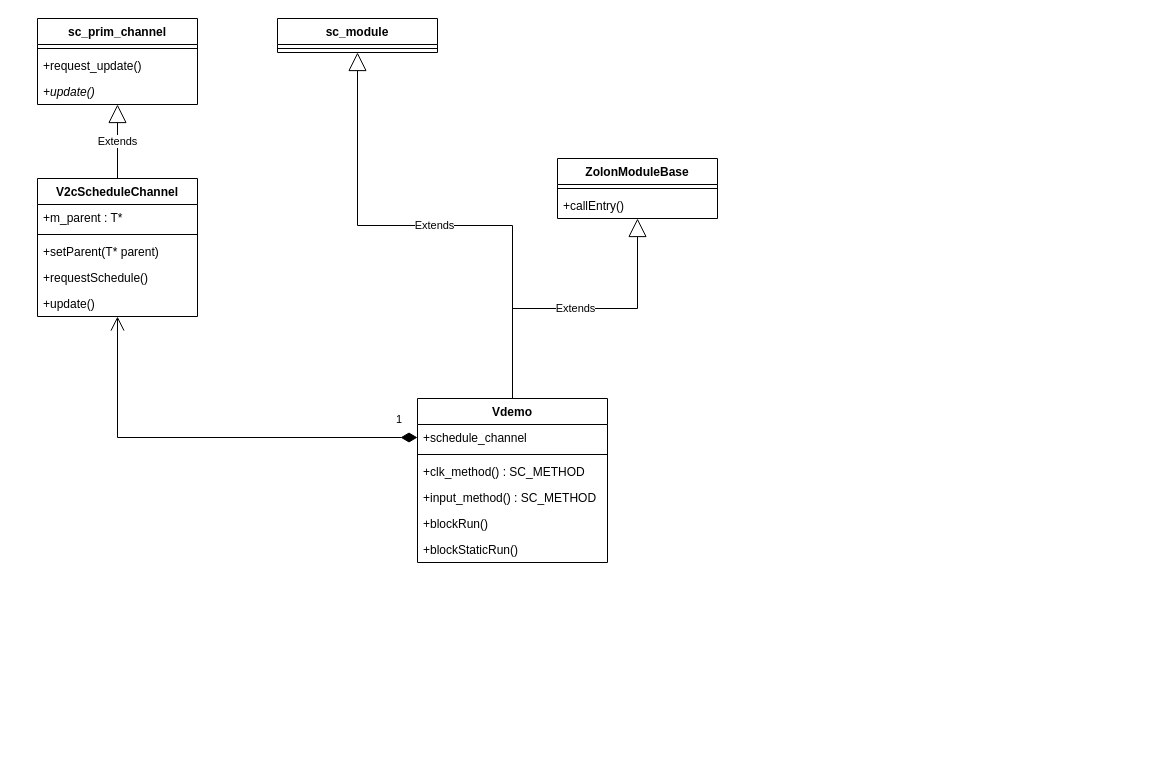
Above: zolon_schedule.drawio in Dercury/CLDK (draw.io), before the change. Source tidied: cells renumbered, new cells numbered last; positions are measured from the earlier drawing's top-left corner, leaving out a move shared by most shapes. Both pictures are drawn from the tidied source at 100%, with x=0, y=0 at pixel (37, 18).
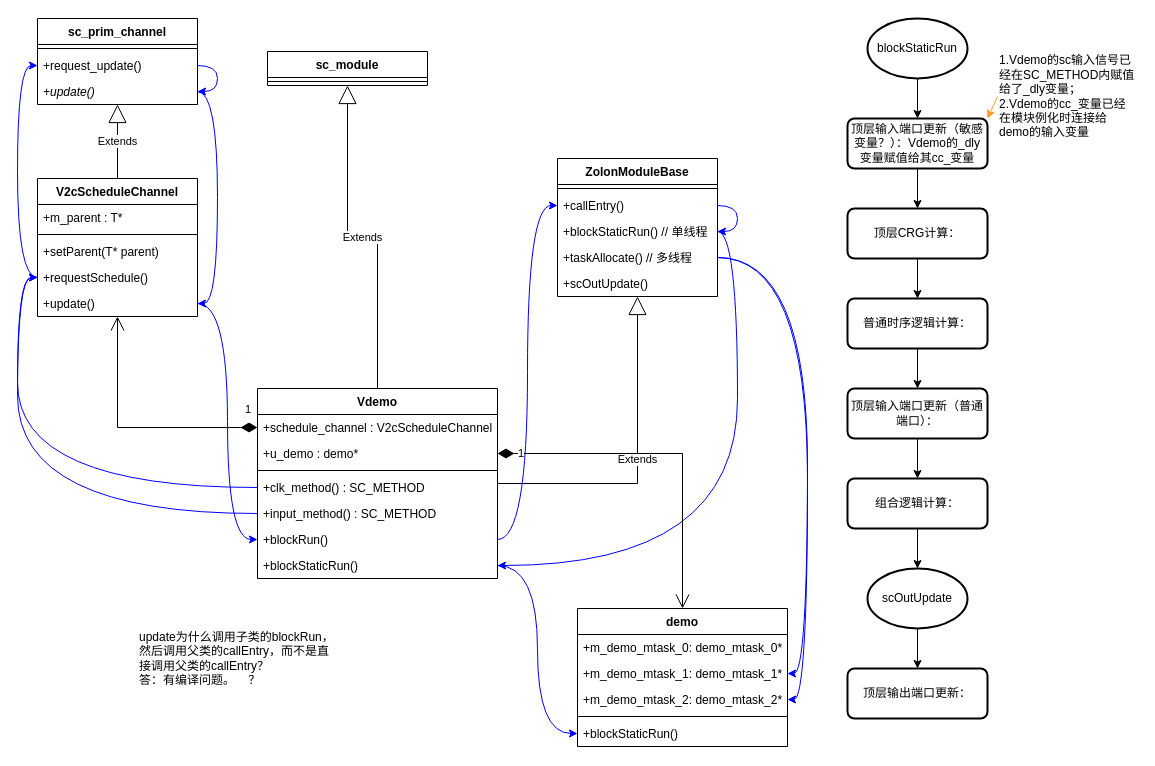
The same diagram, later.

The change refers to these unchanged cells:
```xml
<mxCell id="2" value="sc_prim_channel" style="swimlane;fontStyle=1;align=center;verticalAlign=top;horizontal=1;startSize=26;" parent="1" vertex="1">
  <mxGeometry width="160" height="86" as="geometry" />
</mxCell>
<mxCell id="4" value="+request_update()" style="text;strokeColor=none;fillColor=none;align=left;verticalAlign=top;spacingLeft=4;spacingRight=4;overflow=hidden;points=[[0,0.5],[1,0.5]];portConstraint=eastwest;" parent="2" vertex="1">
  <mxGeometry y="34" width="160" height="26" as="geometry" />
</mxCell>
<mxCell id="5" value="+update()" style="text;strokeColor=none;fillColor=none;align=left;verticalAlign=top;spacingLeft=4;spacingRight=4;overflow=hidden;points=[[0,0.5],[1,0.5]];portConstraint=eastwest;fontStyle=2;" parent="2" vertex="1">
  <mxGeometry y="60" width="160" height="26" as="geometry" />
</mxCell>
<mxCell id="10" value="+requestSchedule()" style="text;strokeColor=none;fillColor=none;align=left;verticalAlign=top;spacingLeft=4;spacingRight=4;overflow=hidden;points=[[0,0.5],[1,0.5]];portConstraint=eastwest;" parent="6" vertex="1">
  <mxGeometry y="86" width="160" height="26" as="geometry" />
</mxCell>
<mxCell id="11" value="+update()" style="text;strokeColor=none;fillColor=none;align=left;verticalAlign=top;spacingLeft=4;spacingRight=4;overflow=hidden;points=[[0,0.5],[1,0.5]];portConstraint=eastwest;" parent="6" vertex="1">
  <mxGeometry y="112" width="160" height="26" as="geometry" />
</mxCell>
<mxCell id="15" value="+callEntry()" style="text;strokeColor=none;fillColor=none;align=left;verticalAlign=top;spacingLeft=4;spacingRight=4;overflow=hidden;points=[[0,0.5],[1,0.5]];portConstraint=eastwest;" parent="13" vertex="1">
  <mxGeometry y="34" width="160" height="26" as="geometry" />
</mxCell>
```

The edit, as a diff of the source:
```diff
@@
+    <mxCell id="28" style="edgeStyle=orthogonalEdgeStyle;curved=1;rounded=0;jettySize=auto;html=1;strokeColor=#0000FF;elbow=vertical;exitX=1;exitY=0.5;exitDx=0;exitDy=0;" parent="2" edge="1" source="4" target="5">
+      <mxGeometry relative="1" as="geometry" />
+    </mxCell>
@@
     <mxCell id="13" value="ZolonModuleBase" style="swimlane;fontStyle=1;align=center;verticalAlign=top;horizontal=1;startSize=26;" parent="1" vertex="1">
-      <mxGeometry x="520" y="140" width="160" height="60" as="geometry" />
+      <mxGeometry x="520" y="140" width="160" height="138" as="geometry" />
     </mxCell>
@@
+    <mxCell id="29" style="edgeStyle=orthogonalEdgeStyle;curved=1;rounded=0;jettySize=auto;html=1;strokeColor=#0000FF;elbow=vertical;exitX=1;exitY=0.5;exitDx=0;exitDy=0;" parent="13" edge="1" source="15" target="30">
+      <mxGeometry relative="1" as="geometry" />
+    </mxCell>
@@
+    <mxCell id="30" value="+blockStaticRun() // 单线程" style="text;strokeColor=none;fillColor=none;align=left;verticalAlign=top;spacingLeft=4;spacingRight=4;overflow=hidden;points=[[0,0.5],[1,0.5]];portConstraint=eastwest;" parent="13" vertex="1">
+      <mxGeometry y="60" width="160" height="26" as="geometry" />
+    </mxCell>
+    <mxCell id="31" value="+taskAllocate() // 多线程" style="text;strokeColor=none;fillColor=none;align=left;verticalAlign=top;spacingLeft=4;spacingRight=4;overflow=hidden;points=[[0,0.5],[1,0.5]];portConstraint=eastwest;" parent="13" vertex="1">
+      <mxGeometry y="86" width="160" height="26" as="geometry" />
+    </mxCell>
+    <mxCell id="32" value="+scOutUpdate()" style="text;strokeColor=none;fillColor=none;align=left;verticalAlign=top;spacingLeft=4;spacingRight=4;overflow=hidden;" parent="13" vertex="1">
+      <mxGeometry y="112" width="160" height="26" as="geometry" />
+    </mxCell>
     <mxCell id="16" value="Vdemo" style="swimlane;fontStyle=1;align=center;verticalAlign=top;horizontal=1;startSize=26;" parent="1" vertex="1">
-      <mxGeometry x="380" y="380" width="190" height="164" as="geometry" />
+      <mxGeometry x="220" y="370" width="240" height="190" as="geometry" />
     </mxCell>
-    <mxCell id="17" value="+schedule_channel" style="text;strokeColor=none;fillColor=none;align=left;verticalAlign=top;spacingLeft=4;spacingRight=4;overflow=hidden;points=[[0,0.5],[1,0.5]];portConstraint=eastwest;" parent="16" vertex="1">
-      <mxGeometry y="26" width="190" height="26" as="geometry" />
+    <mxCell id="17" value="+schedule_channel : V2cScheduleChannel" style="text;strokeColor=none;fillColor=none;align=left;verticalAlign=top;spacingLeft=4;spacingRight=4;overflow=hidden;points=[[0,0.5],[1,0.5]];portConstraint=eastwest;" parent="16" vertex="1">
+      <mxGeometry y="26" width="240" height="26" as="geometry" />
     </mxCell>
+    <mxCell id="33" value="+u_demo : demo*" style="text;strokeColor=none;fillColor=none;align=left;verticalAlign=top;spacingLeft=4;spacingRight=4;overflow=hidden;points=[[0,0.5],[1,0.5]];portConstraint=eastwest;" parent="16" vertex="1">
+      <mxGeometry y="52" width="240" height="26" as="geometry" />
+    </mxCell>
     <mxCell id="18" style="line;strokeWidth=1;fillColor=none;align=left;verticalAlign=middle;spacingTop=-1;spacingLeft=3;spacingRight=3;labelPosition=right;strokeColor=inherit;" parent="16" vertex="1">
-      <mxGeometry y="52" width="190" height="8" as="geometry" />
+      <mxGeometry y="78" width="240" height="8" as="geometry" />
     </mxCell>
     <mxCell id="19" value="+clk_method() : SC_METHOD" style="text;strokeColor=none;fillColor=none;align=left;verticalAlign=top;spacingLeft=4;spacingRight=4;overflow=hidden;points=[[0,0.5],[1,0.5]];portConstraint=eastwest;" parent="16" vertex="1">
-      <mxGeometry y="60" width="190" height="26" as="geometry" />
+      <mxGeometry y="86" width="240" height="26" as="geometry" />
     </mxCell>
     <mxCell id="20" value="+input_method() : SC_METHOD" style="text;strokeColor=none;fillColor=none;align=left;verticalAlign=top;spacingLeft=4;spacingRight=4;overflow=hidden;points=[[0,0.5],[1,0.5]];portConstraint=eastwest;" parent="16" vertex="1">
-      <mxGeometry y="86" width="190" height="26" as="geometry" />
+      <mxGeometry y="112" width="240" height="26" as="geometry" />
     </mxCell>
     <mxCell id="21" value="+blockRun()" style="text;strokeColor=none;fillColor=none;align=left;verticalAlign=top;spacingLeft=4;spacingRight=4;overflow=hidden;points=[[0,0.5],[1,0.5]];portConstraint=eastwest;" parent="16" vertex="1">
-      <mxGeometry y="112" width="190" height="26" as="geometry" />
+      <mxGeometry y="138" width="240" height="26" as="geometry" />
     </mxCell>
     <mxCell id="22" value="+blockStaticRun()" style="text;strokeColor=none;fillColor=none;align=left;verticalAlign=top;spacingLeft=4;spacingRight=4;overflow=hidden;points=[[0,0.5],[1,0.5]];portConstraint=eastwest;" parent="16" vertex="1">
-      <mxGeometry y="138" width="190" height="26" as="geometry" />
+      <mxGeometry y="164" width="240" height="26" as="geometry" />
     </mxCell>
     <mxCell id="23" value="sc_module" style="swimlane;fontStyle=1;align=center;verticalAlign=top;horizontal=1;startSize=26;" parent="1" vertex="1">
-      <mxGeometry x="240" width="160" height="34" as="geometry" />
+      <mxGeometry x="230" y="33" width="160" height="34" as="geometry" />
     </mxCell>
@@
+    <mxCell id="34" style="edgeStyle=orthogonalEdgeStyle;rounded=0;jettySize=auto;html=1;curved=1;strokeColor=#0000FF;entryX=0;entryY=0.5;entryDx=0;entryDy=0;" parent="1" edge="1" source="19" target="10">
+      <mxGeometry relative="1" as="geometry" />
+    </mxCell>
+    <mxCell id="35" style="edgeStyle=orthogonalEdgeStyle;rounded=0;jettySize=auto;html=1;curved=1;strokeColor=#0000FF;entryX=0;entryY=0.5;entryDx=0;entryDy=0;" parent="1" edge="1" source="20" target="10">
+      <mxGeometry relative="1" as="geometry" />
+    </mxCell>
+    <mxCell id="36" style="edgeStyle=orthogonalEdgeStyle;rounded=0;jettySize=auto;html=1;strokeColor=#0000FF;elbow=vertical;curved=1;entryX=0;entryY=0.5;entryDx=0;entryDy=0;" parent="1" edge="1" source="10" target="4">
+      <mxGeometry relative="1" as="geometry" />
+    </mxCell>
+    <mxCell id="37" style="edgeStyle=orthogonalEdgeStyle;curved=1;rounded=0;jettySize=auto;html=1;strokeColor=#0000FF;elbow=vertical;exitX=1;exitY=0.5;exitDx=0;exitDy=0;" parent="1" edge="1" source="11" target="21">
+      <mxGeometry relative="1" as="geometry" />
+    </mxCell>
+    <mxCell id="38" style="edgeStyle=orthogonalEdgeStyle;curved=1;rounded=0;jettySize=auto;html=1;strokeColor=#0000FF;elbow=vertical;" parent="1" edge="1" source="21" target="15">
+      <mxGeometry relative="1" as="geometry" />
+    </mxCell>
+    <mxCell id="39" style="edgeStyle=orthogonalEdgeStyle;curved=1;rounded=0;jettySize=auto;html=1;strokeColor=#0000FF;elbow=vertical;exitX=1;exitY=0.5;exitDx=0;exitDy=0;" parent="1" edge="1" source="5" target="11">
+      <mxGeometry relative="1" as="geometry" />
+    </mxCell>
+    <mxCell id="40" style="edgeStyle=orthogonalEdgeStyle;curved=1;rounded=0;jettySize=auto;html=1;strokeColor=#0000FF;elbow=vertical;exitX=1;exitY=0.5;exitDx=0;exitDy=0;" parent="1" edge="1" source="30" target="22">
+      <mxGeometry relative="1" as="geometry" />
+    </mxCell>
+    <mxCell id="41" value="demo" style="swimlane;fontStyle=1;align=center;verticalAlign=top;horizontal=1;startSize=26;" parent="1" vertex="1">
+      <mxGeometry x="540" y="590" width="210" height="138" as="geometry" />
+    </mxCell>
+    <mxCell id="42" value="+m_demo_mtask_0: demo_mtask_0*" style="text;strokeColor=none;fillColor=none;align=left;verticalAlign=top;spacingLeft=4;spacingRight=4;overflow=hidden;" parent="41" vertex="1">
+      <mxGeometry y="26" width="210" height="26" as="geometry" />
+    </mxCell>
+    <mxCell id="43" value="+m_demo_mtask_1: demo_mtask_1*" style="text;strokeColor=none;fillColor=none;align=left;verticalAlign=top;spacingLeft=4;spacingRight=4;overflow=hidden;points=[[0,0.5],[1,0.5]];portConstraint=eastwest;" parent="41" vertex="1">
+      <mxGeometry y="52" width="210" height="26" as="geometry" />
+    </mxCell>
+    <mxCell id="44" value="+m_demo_mtask_2: demo_mtask_2*" style="text;strokeColor=none;fillColor=none;align=left;verticalAlign=top;spacingLeft=4;spacingRight=4;overflow=hidden;points=[[0,0.5],[1,0.5]];portConstraint=eastwest;" parent="41" vertex="1">
+      <mxGeometry y="78" width="210" height="26" as="geometry" />
+    </mxCell>
+    <mxCell id="45" style="line;strokeWidth=1;fillColor=none;align=left;verticalAlign=middle;spacingTop=-1;spacingLeft=3;spacingRight=3;labelPosition=right;strokeColor=inherit;" parent="41" vertex="1">
+      <mxGeometry y="104" width="210" height="8" as="geometry" />
+    </mxCell>
+    <mxCell id="46" value="+blockStaticRun()" style="text;strokeColor=none;fillColor=none;align=left;verticalAlign=top;spacingLeft=4;spacingRight=4;overflow=hidden;points=[[0,0.5],[1,0.5]];portConstraint=eastwest;" parent="41" vertex="1">
+      <mxGeometry y="112" width="210" height="26" as="geometry" />
+    </mxCell>
+    <mxCell id="47" value="1" style="endArrow=open;html=1;endSize=12;startArrow=diamondThin;startSize=14;startFill=1;edgeStyle=orthogonalEdgeStyle;align=left;verticalAlign=bottom;rounded=0;" parent="1" edge="1" source="33" target="41">
+      <mxGeometry x="-0.89" y="-9" relative="1" as="geometry" />
+    </mxCell>
+    <mxCell id="48" style="edgeStyle=orthogonalEdgeStyle;curved=1;rounded=0;jettySize=auto;html=1;strokeColor=#0000FF;elbow=vertical;" parent="1" edge="1" source="22" target="46">
+      <mxGeometry relative="1" as="geometry" />
+    </mxCell>
+    <mxCell id="49" style="edgeStyle=orthogonalEdgeStyle;curved=1;rounded=0;jettySize=auto;html=1;entryX=1;entryY=0.5;entryDx=0;entryDy=0;strokeColor=#0000FF;elbow=vertical;" parent="1" edge="1" source="31" target="43">
+      <mxGeometry relative="1" as="geometry" />
+    </mxCell>
+    <mxCell id="50" style="edgeStyle=orthogonalEdgeStyle;curved=1;rounded=0;jettySize=auto;html=1;entryX=1;entryY=0.5;entryDx=0;entryDy=0;strokeColor=#0000FF;elbow=vertical;" parent="1" edge="1" source="31" target="44">
+      <mxGeometry relative="1" as="geometry" />
+    </mxCell>
+    <mxCell id="51" style="edgeStyle=orthogonalEdgeStyle;rounded=0;jettySize=auto;html=1;strokeColor=#000000;" parent="1" edge="1" source="52" target="54">
+      <mxGeometry relative="1" as="geometry" />
+    </mxCell>
+    <mxCell id="52" value="blockStaticRun" style="strokeWidth=2;html=1;shape=mxgraph.flowchart.start_1;whiteSpace=wrap;" parent="1" vertex="1">
+      <mxGeometry x="830" width="100" height="60" as="geometry" />
+    </mxCell>
+    <mxCell id="53" style="edgeStyle=orthogonalEdgeStyle;rounded=0;jettySize=auto;html=1;exitX=0.5;exitY=1;exitDx=0;exitDy=0;entryX=0.5;entryY=0;entryDx=0;entryDy=0;strokeColor=#000000;" parent="1" edge="1" source="54" target="58">
+      <mxGeometry relative="1" as="geometry" />
+    </mxCell>
+    <mxCell id="54" value="顶层输入端口更新（敏感变量？）：Vdemo的_dly变量赋值给其cc_变量" style="rounded=1;whiteSpace=wrap;html=1;absoluteArcSize=1;arcSize=14;strokeWidth=2;" parent="1" vertex="1">
+      <mxGeometry x="810" y="100" width="140" height="50" as="geometry" />
+    </mxCell>
+    <mxCell id="55" style="rounded=0;jettySize=auto;html=1;exitX=0;exitY=0.5;exitDx=0;exitDy=0;entryX=1;entryY=0;entryDx=0;entryDy=0;strokeColor=#FF9933;" parent="1" edge="1" source="56" target="54">
+      <mxGeometry relative="1" as="geometry" />
+    </mxCell>
+    <mxCell id="56" value="1.Vdemo的sc输入信号已经在SC_METHOD内赋值给了_dly变量；&lt;br&gt;2.Vdemo的cc_变量已经在模块例化时连接给demo的输入变量" style="text;html=1;strokeColor=none;fillColor=none;align=left;verticalAlign=middle;whiteSpace=wrap;rounded=0;" parent="1" vertex="1">
+      <mxGeometry x="960" y="33" width="140" height="90" as="geometry" />
+    </mxCell>
+    <mxCell id="57" style="edgeStyle=orthogonalEdgeStyle;rounded=0;jettySize=auto;html=1;exitX=0.5;exitY=1;exitDx=0;exitDy=0;entryX=0.5;entryY=0;entryDx=0;entryDy=0;strokeColor=#000000;" parent="1" edge="1" source="58" target="60">
+      <mxGeometry relative="1" as="geometry" />
+    </mxCell>
+    <mxCell id="58" value="顶层CRG计算：" style="rounded=1;whiteSpace=wrap;html=1;absoluteArcSize=1;arcSize=14;strokeWidth=2;" parent="1" vertex="1">
+      <mxGeometry x="810" y="190" width="140" height="50" as="geometry" />
+    </mxCell>
+    <mxCell id="59" style="edgeStyle=orthogonalEdgeStyle;rounded=0;jettySize=auto;html=1;exitX=0.5;exitY=1;exitDx=0;exitDy=0;entryX=0.5;entryY=0;entryDx=0;entryDy=0;strokeColor=#000000;" parent="1" edge="1" source="60" target="62">
+      <mxGeometry relative="1" as="geometry" />
+    </mxCell>
+    <mxCell id="60" value="普通时序逻辑计算：" style="rounded=1;whiteSpace=wrap;html=1;absoluteArcSize=1;arcSize=14;strokeWidth=2;" parent="1" vertex="1">
+      <mxGeometry x="810" y="280" width="140" height="50" as="geometry" />
+    </mxCell>
+    <mxCell id="61" style="edgeStyle=orthogonalEdgeStyle;rounded=0;jettySize=auto;html=1;exitX=0.5;exitY=1;exitDx=0;exitDy=0;entryX=0.5;entryY=0;entryDx=0;entryDy=0;strokeColor=#000000;" parent="1" edge="1" source="62" target="64">
+      <mxGeometry relative="1" as="geometry" />
+    </mxCell>
+    <mxCell id="62" value="顶层输入端口更新（普通端口）：" style="rounded=1;whiteSpace=wrap;html=1;absoluteArcSize=1;arcSize=14;strokeWidth=2;" parent="1" vertex="1">
+      <mxGeometry x="810" y="370" width="140" height="50" as="geometry" />
+    </mxCell>
+    <mxCell id="63" style="edgeStyle=orthogonalEdgeStyle;rounded=0;jettySize=auto;html=1;exitX=0.5;exitY=1;exitDx=0;exitDy=0;entryX=0.5;entryY=0;entryDx=0;entryDy=0;entryPerimeter=0;strokeColor=#000000;" parent="1" edge="1" source="64" target="66">
+      <mxGeometry relative="1" as="geometry" />
+    </mxCell>
+    <mxCell id="64" value="组合逻辑计算：" style="rounded=1;whiteSpace=wrap;html=1;absoluteArcSize=1;arcSize=14;strokeWidth=2;" parent="1" vertex="1">
+      <mxGeometry x="810" y="460" width="140" height="50" as="geometry" />
+    </mxCell>
+    <mxCell id="65" style="edgeStyle=orthogonalEdgeStyle;rounded=0;jettySize=auto;html=1;exitX=0.5;exitY=1;exitDx=0;exitDy=0;exitPerimeter=0;strokeColor=#000000;" parent="1" edge="1" source="66" target="67">
+      <mxGeometry relative="1" as="geometry" />
+    </mxCell>
+    <mxCell id="66" value="scOutUpdate" style="strokeWidth=2;html=1;shape=mxgraph.flowchart.start_1;whiteSpace=wrap;" parent="1" vertex="1">
+      <mxGeometry x="830" y="550" width="100" height="60" as="geometry" />
+    </mxCell>
+    <mxCell id="67" value="顶层输出端口更新：" style="rounded=1;whiteSpace=wrap;html=1;absoluteArcSize=1;arcSize=14;strokeWidth=2;" parent="1" vertex="1">
+      <mxGeometry x="810" y="650" width="140" height="50" as="geometry" />
+    </mxCell>
+    <mxCell id="68" value="update为什么调用子类的blockRun，然后调用父类的callEntry，而不是直接调用父类的callEntry？&lt;br&gt;答：有编译问题。&amp;nbsp; &amp;nbsp; ？" style="text;html=1;strokeColor=none;fillColor=none;align=left;verticalAlign=middle;whiteSpace=wrap;rounded=0;" parent="1" vertex="1">
+      <mxGeometry x="100" y="610" width="200" height="60" as="geometry" />
+    </mxCell>
```
